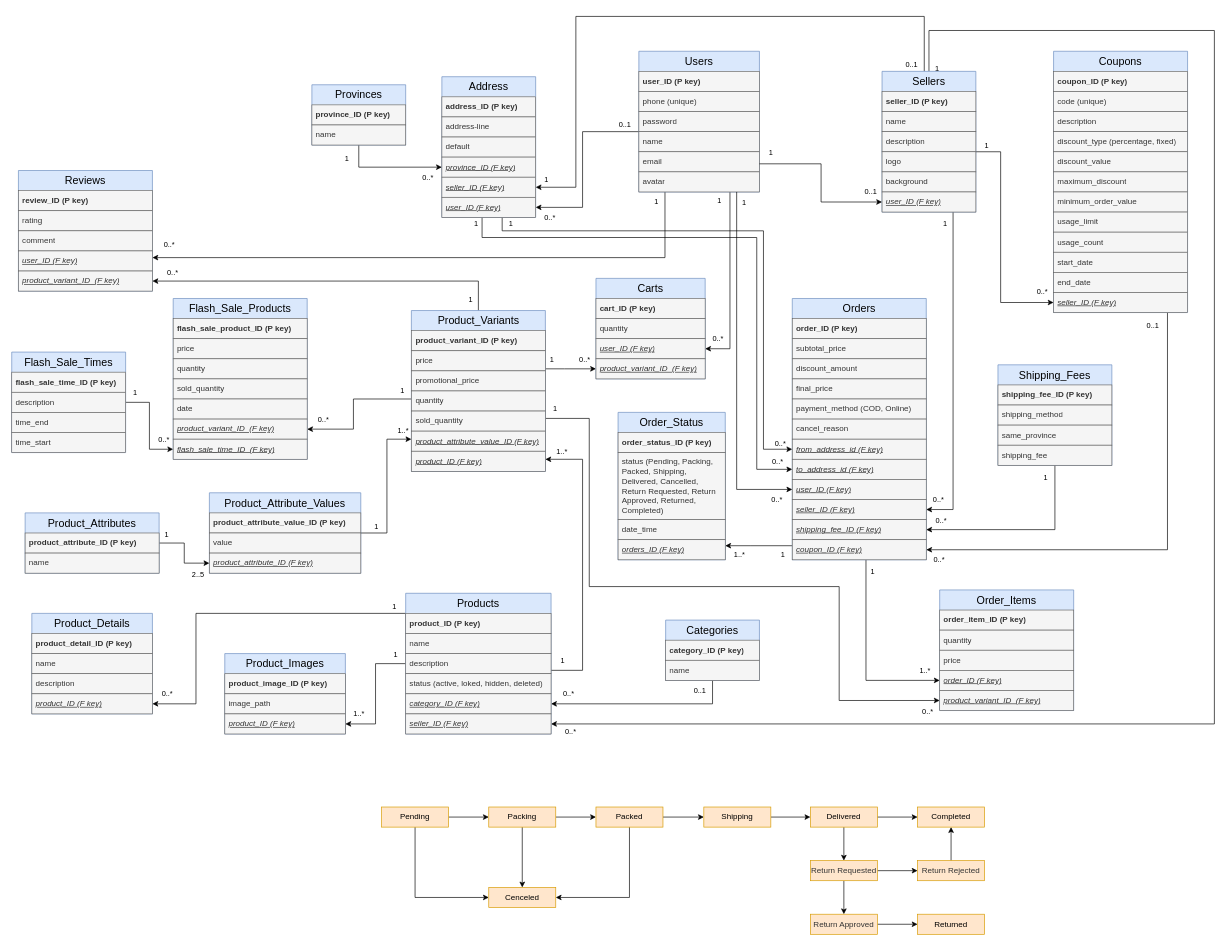
Earlier version of the draw.io diagram document/database.drawio (thanhba0505/shoplands). Source tidied: cells renumbered, new cells numbered last; positions are measured from the earlier drawing's top-left corner, leaving out a move shared by most shapes. Both pictures are drawn from the tidied source at 67%, with x=0, y=0 at pixel (11, 16).
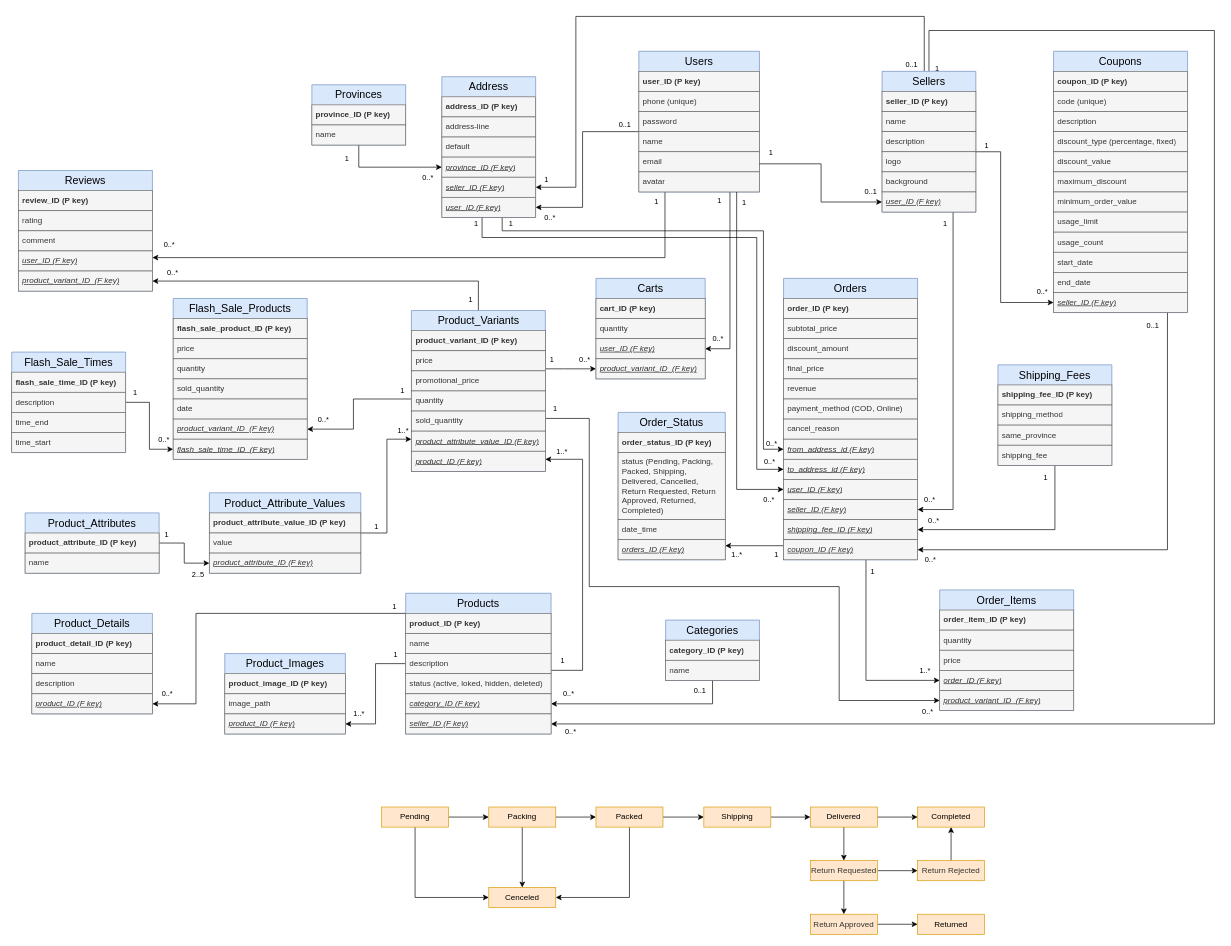
After the change.

What changed in the source:
```diff
@@
     <mxCell id="97" value="Orders" style="swimlane;fontStyle=0;horizontal=1;startSize=30;whiteSpace=wrap;html=1;fillColor=#dae8fc;strokeColor=#6c8ebf;fontSize=16;swimlaneLine=0;" parent="1" vertex="1">
-      <mxGeometry x="1165" y="421" width="200" height="390" as="geometry" />
+      <mxGeometry x="1152" y="391" width="200" height="420" as="geometry" />
     </mxCell>
@@
+    <mxCell id="231" value="final_price" style="text;strokeColor=#666666;fillColor=#f5f5f5;align=left;verticalAlign=middle;spacingLeft=4;spacingRight=4;overflow=hidden;whiteSpace=wrap;html=1;fontColor=#333333;swimlaneLine=0;" parent="97" vertex="1">
+      <mxGeometry y="120" width="200" height="30" as="geometry" />
+    </mxCell>
-    <mxCell id="101" value="final_price" style="text;strokeColor=#666666;fillColor=#f5f5f5;align=left;verticalAlign=middle;spacingLeft=4;spacingRight=4;overflow=hidden;whiteSpace=wrap;html=1;fontColor=#333333;swimlaneLine=0;" parent="97" vertex="1">
-      <mxGeometry y="120" width="200" height="30" as="geometry" />
+    <mxCell id="101" value="revenue" style="text;strokeColor=#666666;fillColor=#f5f5f5;align=left;verticalAlign=middle;spacingLeft=4;spacingRight=4;overflow=hidden;whiteSpace=wrap;html=1;fontColor=#333333;swimlaneLine=0;" parent="97" vertex="1">
+      <mxGeometry y="150" width="200" height="30" as="geometry" />
     </mxCell>
     <mxCell id="102" value="payment_method (COD, Online)" style="text;strokeColor=#666666;fillColor=#f5f5f5;align=left;verticalAlign=middle;spacingLeft=4;spacingRight=4;overflow=hidden;whiteSpace=wrap;html=1;fontColor=#333333;swimlaneLine=0;" parent="97" vertex="1">
-      <mxGeometry y="150" width="200" height="30" as="geometry" />
+      <mxGeometry y="180" width="200" height="30" as="geometry" />
     </mxCell>
     <mxCell id="103" value="cancel_reason" style="text;strokeColor=#666666;fillColor=#f5f5f5;align=left;verticalAlign=middle;spacingLeft=4;spacingRight=4;overflow=hidden;whiteSpace=wrap;html=1;fontColor=#333333;swimlaneLine=0;" parent="97" vertex="1">
-      <mxGeometry y="180" width="200" height="30" as="geometry" />
+      <mxGeometry y="210" width="200" height="30" as="geometry" />
     </mxCell>
     <mxCell id="104" value="from_address_id (F key)" style="text;strokeColor=#666666;fillColor=#f5f5f5;align=left;verticalAlign=middle;spacingLeft=4;spacingRight=4;overflow=hidden;points=[[0,0.5],[1,0.5]];portConstraint=eastwest;whiteSpace=wrap;html=1;fontColor=#333333;swimlaneLine=0;fontStyle=6;" parent="97" vertex="1">
-      <mxGeometry y="210" width="200" height="30" as="geometry" />
+      <mxGeometry y="240" width="200" height="30" as="geometry" />
     </mxCell>
     <mxCell id="105" value="to_address_id (F key)" style="text;strokeColor=#666666;fillColor=#f5f5f5;align=left;verticalAlign=middle;spacingLeft=4;spacingRight=4;overflow=hidden;points=[[0,0.5],[1,0.5]];portConstraint=eastwest;whiteSpace=wrap;html=1;fontColor=#333333;swimlaneLine=0;fontStyle=6;" parent="97" vertex="1">
-      <mxGeometry y="240" width="200" height="30" as="geometry" />
+      <mxGeometry y="270" width="200" height="30" as="geometry" />
     </mxCell>
     <mxCell id="106" value="user_ID (F key)" style="text;strokeColor=#666666;fillColor=#f5f5f5;align=left;verticalAlign=middle;spacingLeft=4;spacingRight=4;overflow=hidden;points=[[0,0.5],[1,0.5]];portConstraint=eastwest;whiteSpace=wrap;html=1;fontColor=#333333;fontStyle=6;swimlaneLine=0;" parent="97" vertex="1">
-      <mxGeometry y="270" width="200" height="30" as="geometry" />
+      <mxGeometry y="300" width="200" height="30" as="geometry" />
     </mxCell>
     <mxCell id="107" value="seller_ID (F key)" style="text;strokeColor=#666666;fillColor=#f5f5f5;align=left;verticalAlign=middle;spacingLeft=4;spacingRight=4;overflow=hidden;points=[[0,0.5],[1,0.5]];portConstraint=eastwest;whiteSpace=wrap;html=1;fontColor=#333333;fontStyle=6;swimlaneLine=0;" parent="97" vertex="1">
-      <mxGeometry y="300" width="200" height="30" as="geometry" />
+      <mxGeometry y="330" width="200" height="30" as="geometry" />
     </mxCell>
     <mxCell id="108" value="shipping_fee_ID (F key)" style="text;strokeColor=#666666;fillColor=#f5f5f5;align=left;verticalAlign=middle;spacingLeft=4;spacingRight=4;overflow=hidden;points=[[0,0.5],[1,0.5]];portConstraint=eastwest;whiteSpace=wrap;html=1;fontColor=#333333;fontStyle=6;swimlaneLine=0;" parent="97" vertex="1">
-      <mxGeometry y="330" width="200" height="30" as="geometry" />
+      <mxGeometry y="360" width="200" height="30" as="geometry" />
     </mxCell>
     <mxCell id="109" value="coupon_ID (F key)" style="text;strokeColor=#666666;fillColor=#f5f5f5;align=left;verticalAlign=middle;spacingLeft=4;spacingRight=4;overflow=hidden;points=[[0,0.5],[1,0.5]];portConstraint=eastwest;whiteSpace=wrap;html=1;fontColor=#333333;fontStyle=6;swimlaneLine=0;" parent="97" vertex="1">
-      <mxGeometry y="360" width="200" height="30" as="geometry" />
+      <mxGeometry y="390" width="200" height="30" as="geometry" />
     </mxCell>
```
